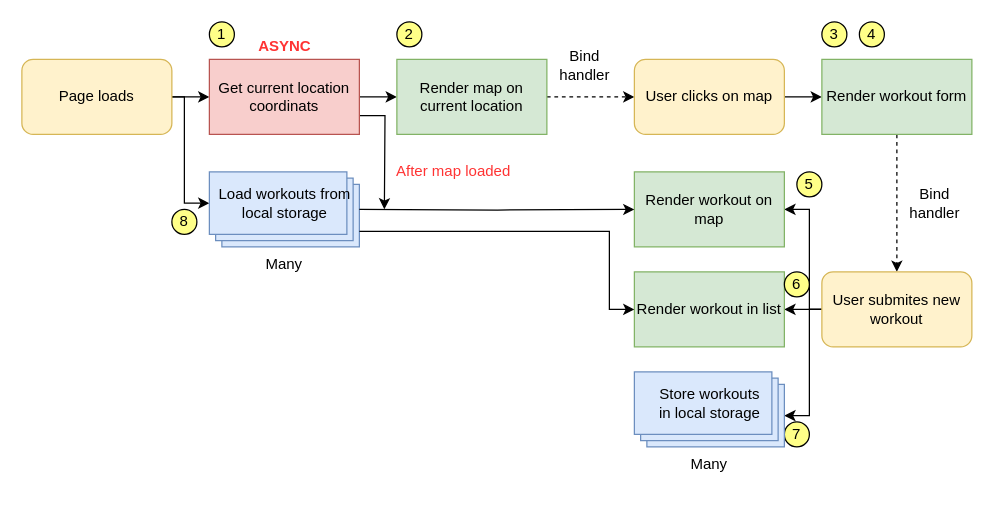
Before: 15-Mapty/starter/Untitled Diagram.drawio in zhangji0810/complete-javascript-course, a draw.io diagram. Source tidied: cells renumbered, new cells numbered last; positions are measured from the earlier drawing's top-left corner, leaving out a move shared by most shapes. Both pictures are drawn from the tidied source at 125%, with x=0, y=0 at pixel (21, 21).
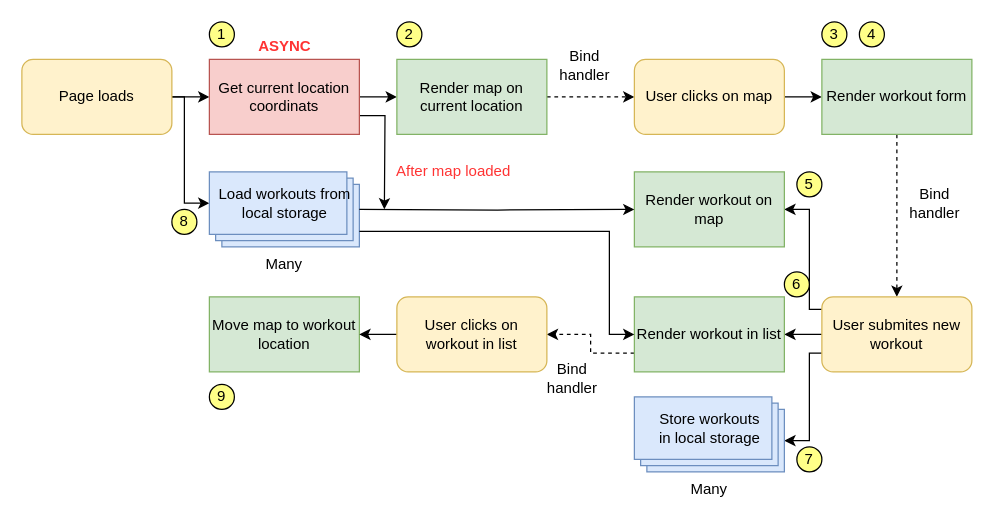
Above is the later version.

Commit message:
finish flow chart

Unchanged cells that the change refers to:
```xml
<mxCell id="31" value="Many" style="verticalLabelPosition=bottom;verticalAlign=top;html=1;shape=mxgraph.basic.layered_rect;dx=10;outlineConnect=0;strokeColor=#6c8ebf;fillColor=#dae8fc;sketch=0;whiteSpace=wrap;" parent="30" vertex="1">
  <mxGeometry width="120" height="60" as="geometry" />
</mxCell>
<mxCell id="34" value="Many" style="verticalLabelPosition=bottom;verticalAlign=top;html=1;shape=mxgraph.basic.layered_rect;dx=10;outlineConnect=0;strokeColor=#6c8ebf;fillColor=#dae8fc;sketch=0;whiteSpace=wrap;" parent="33" vertex="1">
  <mxGeometry width="120" height="60" as="geometry" />
</mxCell>
```

Change to the diagram source:
```diff
@@
-    <mxCell id="22" style="edgeStyle=orthogonalEdgeStyle;rounded=0;jettySize=auto;html=1;entryX=0;entryY=0;entryDx=120;entryDy=35;entryPerimeter=0;" parent="1" edge="1" source="23" target="31">
+    <mxCell id="22" style="edgeStyle=orthogonalEdgeStyle;rounded=0;jettySize=auto;html=1;exitX=0;exitY=0.75;exitDx=0;exitDy=0;entryX=0;entryY=0;entryDx=120;entryDy=35;entryPerimeter=0;" parent="1" edge="1" source="23" target="31">
       <mxGeometry relative="1" as="geometry">
         <Array as="points">
-          <mxPoint x="630" y="230" />
-          <mxPoint x="630" y="315" />
+          <mxPoint x="630" y="265" />
+          <mxPoint x="630" y="335" />
         </Array>
       </mxGeometry>
     </mxCell>
     <mxCell id="23" value="User submites new workout" style="rounded=1;whiteSpace=wrap;html=1;fillColor=#fff2cc;strokeColor=#d6b656;" parent="1" vertex="1">
-      <mxGeometry x="640" y="200" width="120" height="60" as="geometry" />
+      <mxGeometry x="640" y="220" width="120" height="60" as="geometry" />
     </mxCell>
@@
+    <mxCell id="40" style="edgeStyle=orthogonalEdgeStyle;rounded=0;jettySize=auto;html=1;exitX=0;exitY=0.75;exitDx=0;exitDy=0;entryX=1;entryY=0.5;entryDx=0;entryDy=0;dashed=1;" parent="1" edge="1" source="26" target="43">
+      <mxGeometry relative="1" as="geometry" />
+    </mxCell>
     <mxCell id="26" value="Render workout in list" style="rounded=0;whiteSpace=wrap;html=1;fillColor=#d5e8d4;strokeColor=#82b366;" parent="1" vertex="1">
-      <mxGeometry x="490" y="200" width="120" height="60" as="geometry" />
+      <mxGeometry x="490" y="220" width="120" height="60" as="geometry" />
     </mxCell>
@@
     <mxCell id="29" value="7" style="ellipse;whiteSpace=wrap;html=1;fillColor=#ffff88;" parent="1" vertex="1">
-      <mxGeometry x="610" y="320" width="20" height="20" as="geometry" />
+      <mxGeometry x="620" y="340" width="20" height="20" as="geometry" />
     </mxCell>
     <mxCell id="30" style="group;" parent="1" vertex="1">
-      <mxGeometry x="490" y="280" width="120" height="60" as="geometry" />
+      <mxGeometry x="490" y="300" width="120" height="60" as="geometry" />
     </mxCell>
@@
+    <mxCell id="39" value="8" style="ellipse;whiteSpace=wrap;html=1;fillColor=#ffff88;" parent="1" vertex="1">
+      <mxGeometry x="120" y="150" width="20" height="20" as="geometry" />
+    </mxCell>
+    <mxCell id="41" value="Move map to workout location" style="rounded=0;whiteSpace=wrap;html=1;fillColor=#d5e8d4;strokeColor=#82b366;" parent="1" vertex="1">
+      <mxGeometry x="150" y="220" width="120" height="60" as="geometry" />
+    </mxCell>
+    <mxCell id="42" style="edgeStyle=orthogonalEdgeStyle;rounded=0;jettySize=auto;html=1;entryX=1;entryY=0.5;entryDx=0;entryDy=0;" parent="1" edge="1" source="43" target="41">
+      <mxGeometry relative="1" as="geometry" />
+    </mxCell>
+    <mxCell id="43" value="User clicks on workout in list" style="rounded=1;whiteSpace=wrap;html=1;fillColor=#fff2cc;strokeColor=#d6b656;" parent="1" vertex="1">
+      <mxGeometry x="300" y="220" width="120" height="60" as="geometry" />
+    </mxCell>
     <mxCell id="38" style="edgeStyle=orthogonalEdgeStyle;rounded=0;jettySize=auto;html=1;exitX=0;exitY=0;exitDx=120;exitDy=47.5;exitPerimeter=0;entryX=0;entryY=0.5;entryDx=0;entryDy=0;" parent="1" edge="1" source="34" target="26">
       <mxGeometry relative="1" as="geometry">
         <Array as="points">
           <mxPoint x="470" y="168" />
-          <mxPoint x="470" y="230" />
+          <mxPoint x="470" y="250" />
         </Array>
       </mxGeometry>
     </mxCell>
-    <mxCell id="39" value="8" style="ellipse;whiteSpace=wrap;html=1;fillColor=#ffff88;" parent="1" vertex="1">
-      <mxGeometry x="120" y="150" width="20" height="20" as="geometry" />
-    </mxCell>
+    <mxCell id="44" value="Bind &lt;br&gt;handler" style="text;html=1;align=center;verticalAlign=middle;fillColor=none;strokeColor=none;rounded=0;" parent="1" vertex="1">
+      <mxGeometry x="410" y="270" width="60" height="30" as="geometry" />
+    </mxCell>
+    <mxCell id="45" value="9" style="ellipse;whiteSpace=wrap;html=1;fillColor=#ffff88;" parent="1" vertex="1">
+      <mxGeometry x="150" y="290" width="20" height="20" as="geometry" />
+    </mxCell>
```
